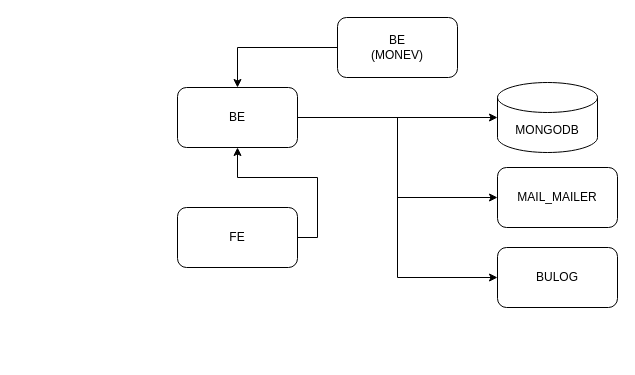
This is YAONS.drawio from fsdio/draw.io.dev, a draw.io file, before an edit. Source tidied: cells renumbered, new cells numbered last; positions are measured from the earlier drawing's top-left corner, leaving out a move shared by most shapes. Both pictures are drawn from the tidied source at 100%, with x=0, y=0 at pixel (177, 17).
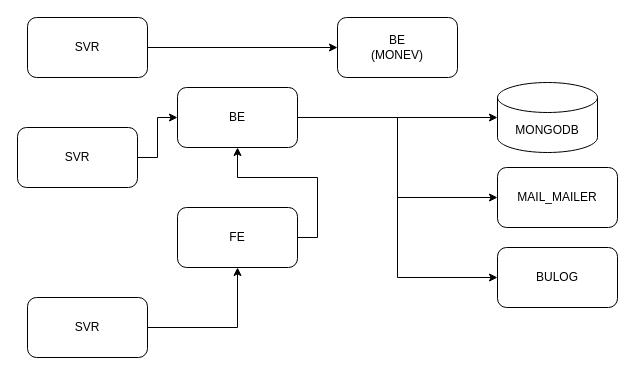
The same page after the edit.

Diff of the diagram source:
```diff
@@
 <mxGraphModel>
   <root>
     <mxCell id="0" />
     <mxCell id="1" parent="0" />
-    <mxCell id="2" style="edgeStyle=orthogonalEdgeStyle;rounded=0;jettySize=auto;html=1;exitX=0;exitY=0.5;exitDx=0;exitDy=0;entryX=0.5;entryY=0;entryDx=0;entryDy=0;" parent="1" edge="1" source="9" target="5">
-      <mxGeometry relative="1" as="geometry" />
-    </mxCell>
     <mxCell id="3" style="edgeStyle=orthogonalEdgeStyle;rounded=0;jettySize=auto;html=1;exitX=1;exitY=0.5;exitDx=0;exitDy=0;entryX=0;entryY=0.5;entryDx=0;entryDy=0;" parent="1" edge="1" source="5" target="11">
       <mxGeometry relative="1" as="geometry" />
     </mxCell>
     <mxCell id="4" style="edgeStyle=orthogonalEdgeStyle;rounded=0;jettySize=auto;html=1;exitX=1;exitY=0.5;exitDx=0;exitDy=0;entryX=0;entryY=0.5;entryDx=0;entryDy=0;" parent="1" edge="1" source="5" target="12">
       <mxGeometry relative="1" as="geometry" />
     </mxCell>
     <mxCell id="5" value="BE" style="rounded=1;whiteSpace=wrap;html=1;" parent="1" vertex="1">
       <mxGeometry y="70" width="120" height="60" as="geometry" />
     </mxCell>
     <mxCell id="6" style="edgeStyle=orthogonalEdgeStyle;rounded=0;jettySize=auto;html=1;exitX=1;exitY=0.5;exitDx=0;exitDy=0;entryX=0.5;entryY=1;entryDx=0;entryDy=0;" parent="1" edge="1" source="7" target="5">
       <mxGeometry relative="1" as="geometry" />
     </mxCell>
     <mxCell id="7" value="FE" style="rounded=1;whiteSpace=wrap;html=1;" parent="1" vertex="1">
       <mxGeometry y="190" width="120" height="60" as="geometry" />
     </mxCell>
     <mxCell id="8" value="MONGODB" style="shape=cylinder3;whiteSpace=wrap;html=1;boundedLbl=1;backgroundOutline=1;size=15;" parent="1" vertex="1">
       <mxGeometry x="320" y="65" width="100" height="70" as="geometry" />
     </mxCell>
     <mxCell id="9" value="BE&lt;div&gt;(MONEV)&lt;/div&gt;" style="rounded=1;whiteSpace=wrap;html=1;" parent="1" vertex="1">
       <mxGeometry x="160" width="120" height="60" as="geometry" />
     </mxCell>
     <mxCell id="10" style="edgeStyle=orthogonalEdgeStyle;rounded=0;jettySize=auto;html=1;exitX=1;exitY=0.5;exitDx=0;exitDy=0;entryX=0;entryY=0.5;entryDx=0;entryDy=0;entryPerimeter=0;" parent="1" edge="1" source="5" target="8">
       <mxGeometry relative="1" as="geometry" />
     </mxCell>
     <mxCell id="11" value="MAIL_MAILER" style="rounded=1;whiteSpace=wrap;html=1;" parent="1" vertex="1">
       <mxGeometry x="320" y="150" width="120" height="60" as="geometry" />
     </mxCell>
     <mxCell id="12" value="BULOG" style="rounded=1;whiteSpace=wrap;html=1;" parent="1" vertex="1">
       <mxGeometry x="320" y="230" width="120" height="60" as="geometry" />
     </mxCell>
+    <mxCell id="13" style="edgeStyle=orthogonalEdgeStyle;rounded=0;jettySize=auto;html=1;exitX=1;exitY=0.5;exitDx=0;exitDy=0;entryX=0;entryY=0.5;entryDx=0;entryDy=0;" parent="1" edge="1" source="14" target="9">
+      <mxGeometry relative="1" as="geometry" />
+    </mxCell>
+    <mxCell id="14" value="SVR" style="rounded=1;whiteSpace=wrap;html=1;" parent="1" vertex="1">
+      <mxGeometry x="-150" width="120" height="60" as="geometry" />
+    </mxCell>
+    <mxCell id="15" style="edgeStyle=orthogonalEdgeStyle;rounded=0;jettySize=auto;html=1;exitX=1;exitY=0.5;exitDx=0;exitDy=0;entryX=0.5;entryY=1;entryDx=0;entryDy=0;" parent="1" edge="1" source="16" target="7">
+      <mxGeometry relative="1" as="geometry" />
+    </mxCell>
+    <mxCell id="16" value="SVR" style="rounded=1;whiteSpace=wrap;html=1;" parent="1" vertex="1">
+      <mxGeometry x="-150" y="280" width="120" height="60" as="geometry" />
+    </mxCell>
+    <mxCell id="17" style="edgeStyle=orthogonalEdgeStyle;rounded=0;jettySize=auto;html=1;exitX=1;exitY=0.5;exitDx=0;exitDy=0;entryX=0;entryY=0.5;entryDx=0;entryDy=0;" parent="1" edge="1" source="18" target="5">
+      <mxGeometry relative="1" as="geometry" />
+    </mxCell>
+    <mxCell id="18" value="SVR" style="rounded=1;whiteSpace=wrap;html=1;" parent="1" vertex="1">
+      <mxGeometry x="-160" y="110" width="120" height="60" as="geometry" />
+    </mxCell>
   </root>
 </mxGraphModel>
```
